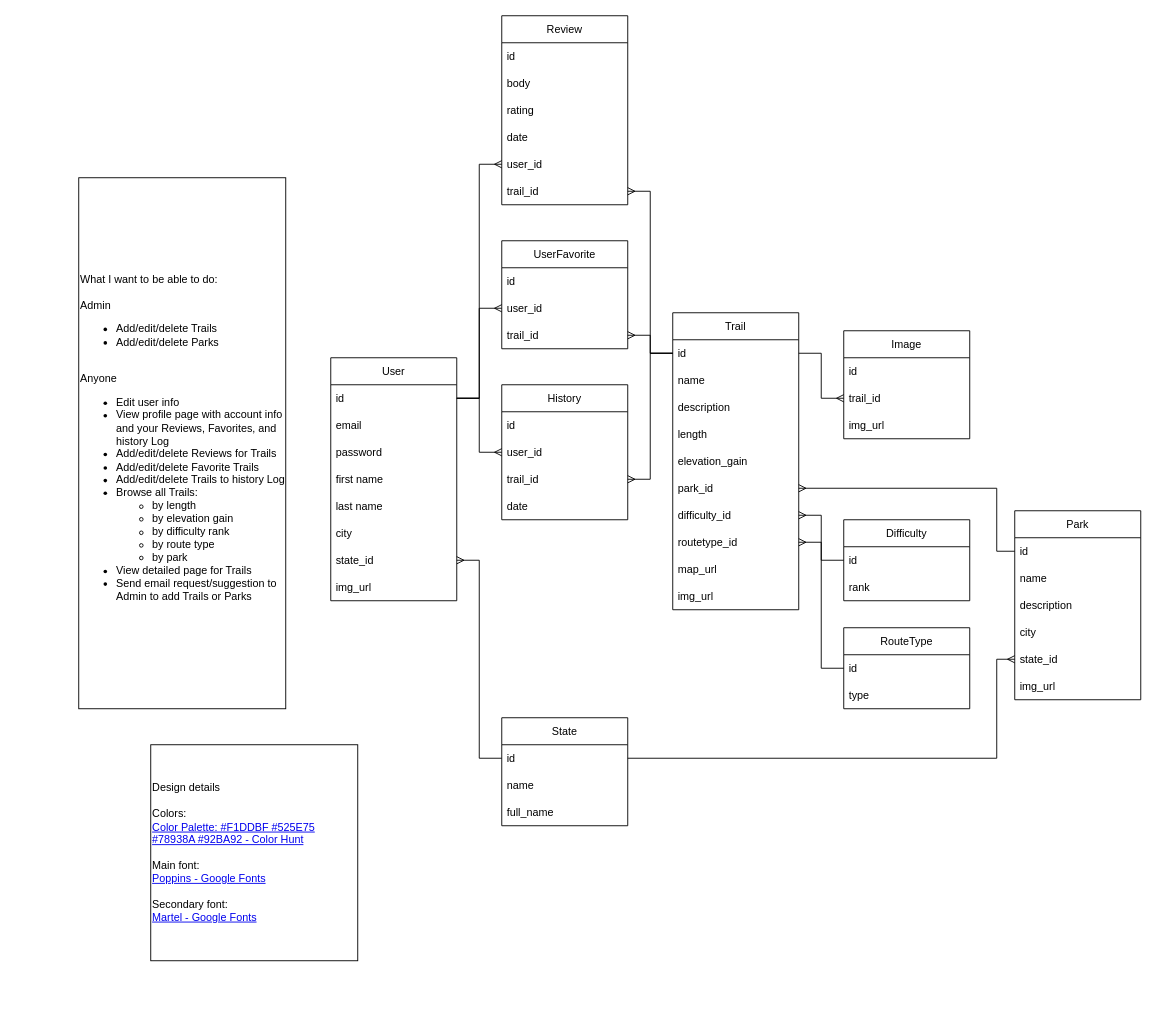
Before: planning/HikingVentures Brainstorming.drawio in gdbecker/HikingVentures, a draw.io diagram. Source tidied: cells renumbered, new cells numbered last; positions are measured from the earlier drawing's top-left corner, leaving out a move shared by most shapes. Both pictures are drawn from the tidied source at 90%, with x=0, y=0 at pixel (78, 15).
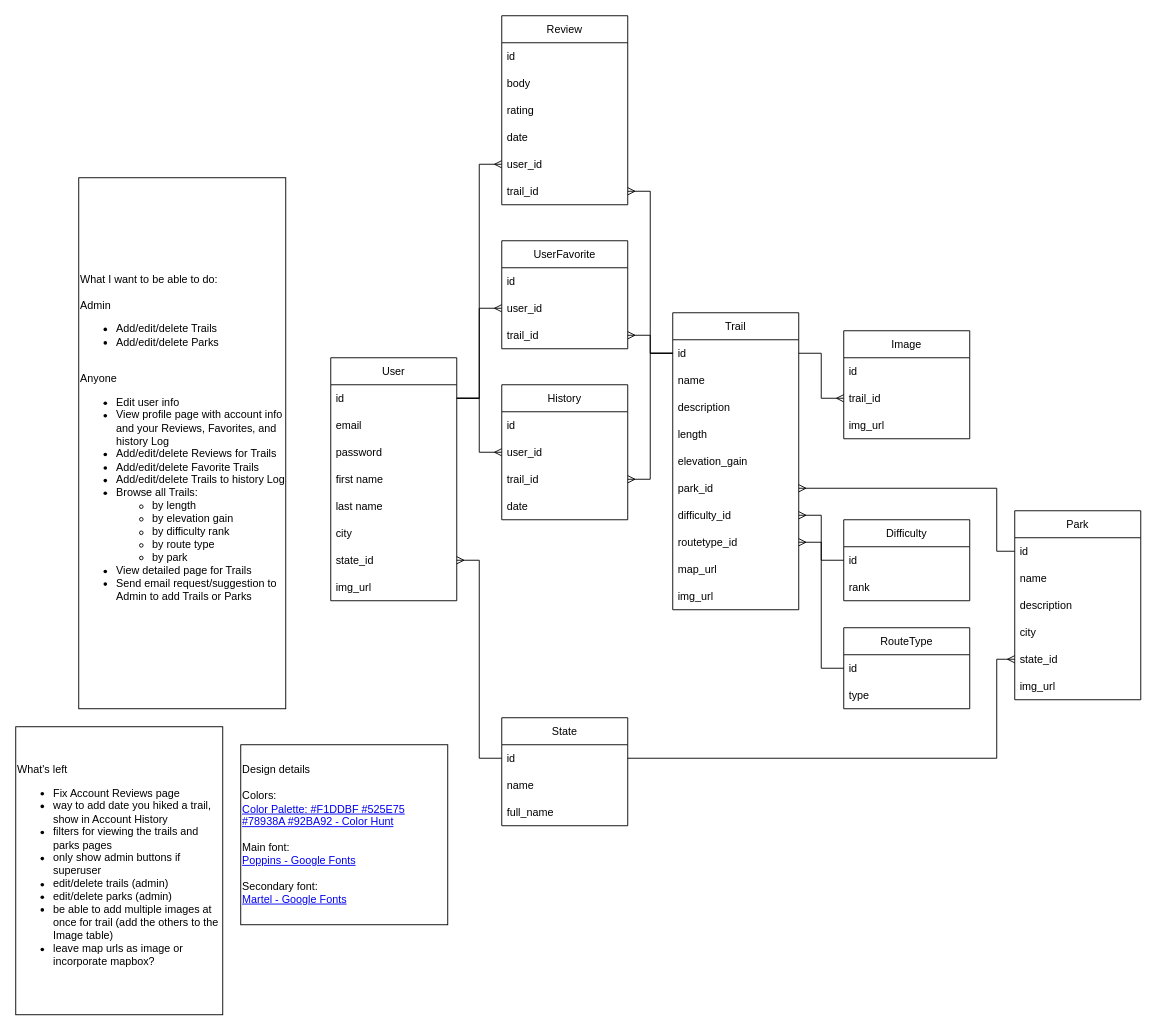
Above is the later version.

The edit, as a diff of the source:
```diff
@@
     <mxCell id="71" value="Design details&lt;br&gt;&lt;br&gt;Colors:&lt;br&gt;&lt;a href=&quot;https://colorhunt.co/palette/f1ddbf525e7578938a92ba92&quot;&gt;Color Palette: #F1DDBF #525E75 #78938A #92BA92 - Color Hunt&lt;/a&gt;&lt;br&gt;&lt;br&gt;Main font:&lt;br&gt;&lt;a href=&quot;https://fonts.google.com/specimen/Poppins?category=Sans+Serif&quot;&gt;Poppins - Google Fonts&lt;/a&gt;&lt;br&gt;&lt;br&gt;Secondary font:&lt;br&gt;&lt;a href=&quot;https://fonts.google.com/specimen/Martel?category=Serif&quot;&gt;Martel - Google Fonts&lt;/a&gt;" style="rounded=0;whiteSpace=wrap;html=1;align=left;" parent="1" vertex="1">
-      <mxGeometry x="80" y="810" width="230" height="240" as="geometry" />
+      <mxGeometry x="180" y="810" width="230" height="200" as="geometry" />
     </mxCell>
@@
+    <mxCell id="73" value="What's left&lt;br&gt;&lt;ul&gt;&lt;li&gt;Fix Account Reviews page&lt;/li&gt;&lt;li&gt;way to add date you hiked a trail, show in Account History&lt;/li&gt;&lt;li&gt;filters for viewing the trails and parks pages&lt;/li&gt;&lt;li&gt;only show admin buttons if superuser&lt;/li&gt;&lt;li&gt;edit/delete trails (admin)&lt;/li&gt;&lt;li&gt;edit/delete parks (admin)&lt;/li&gt;&lt;li&gt;be able to add multiple images at once for trail (add the others to the Image table)&lt;/li&gt;&lt;li&gt;leave map urls as image or incorporate mapbox?&lt;/li&gt;&lt;/ul&gt;" style="rounded=0;whiteSpace=wrap;html=1;align=left;" parent="1" vertex="1">
+      <mxGeometry x="-70" y="790" width="230" height="320" as="geometry" />
+    </mxCell>
```
